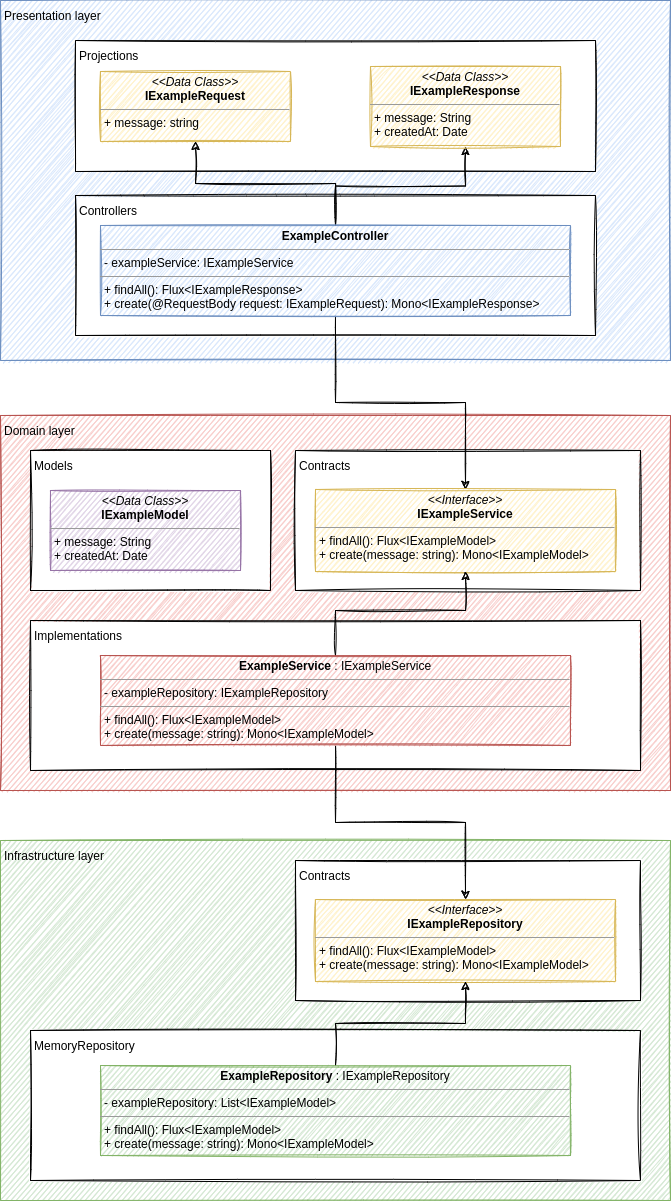
This is docs/diagram/project.png from atreib/kotlin-springboot-hexagonal, a draw.io export, as it was before one commit. Source tidied: cells renumbered, new cells last; positions are measured from the earlier drawing's top-left corner, leaving out a move shared by most shapes.
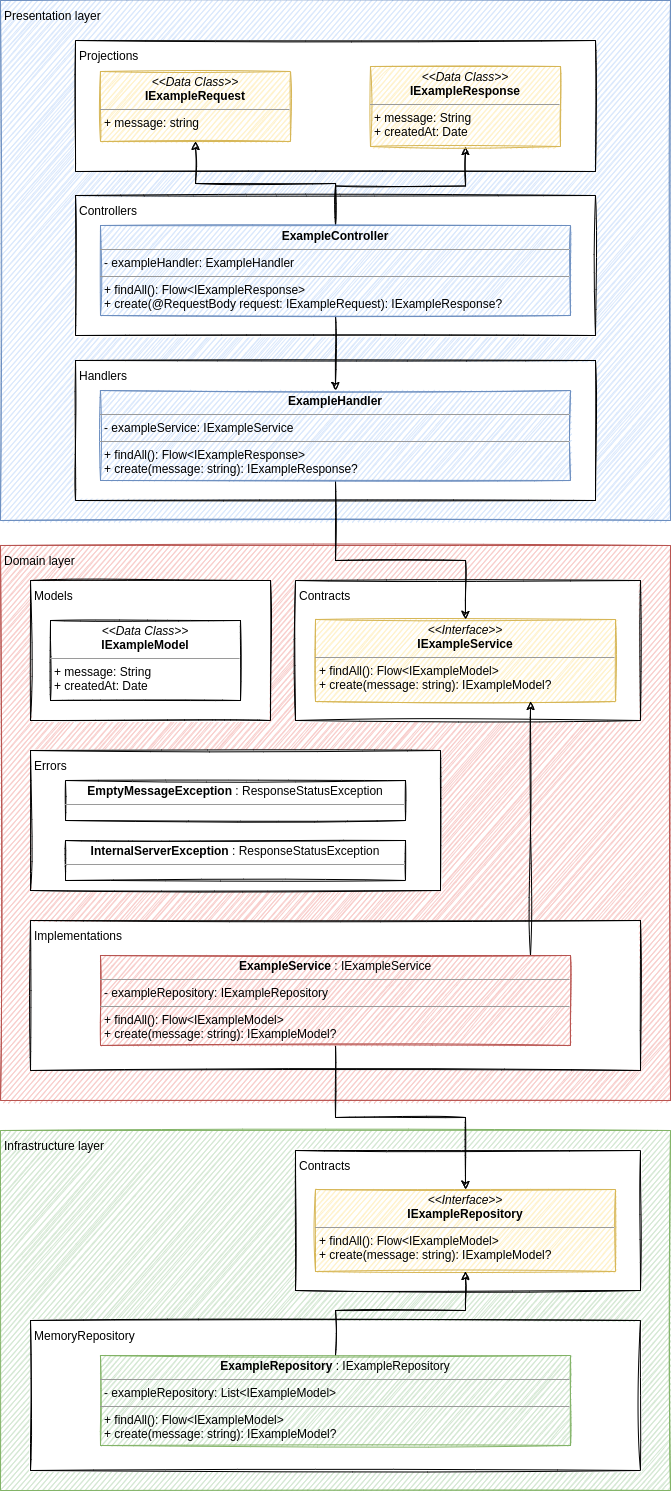
Above is the later version.

Diff of the diagram source:
```diff
@@ -2,29 +2,32 @@
   <root>
     <mxCell id="0" />
     <mxCell id="1" parent="0" />
+    <mxCell id="6" value="Presentation layer" style="rounded=0;whiteSpace=wrap;html=1;align=left;verticalAlign=top;sketch=1;spacingTop=2;spacingLeft=2;spacingBottom=2;spacingRight=2;fillColor=#dae8fc;strokeColor=#6c8ebf;" parent="1" vertex="1">
+      <mxGeometry y="-130" width="670" height="520" as="geometry" />
+    </mxCell>
+    <mxCell id="7" value="Controllers" style="rounded=0;whiteSpace=wrap;html=1;align=left;verticalAlign=top;sketch=1;spacingTop=2;spacingLeft=2;spacingBottom=2;spacingRight=2;" parent="1" vertex="1">
+      <mxGeometry x="75" y="65" width="520" height="140" as="geometry" />
+    </mxCell>
+    <mxCell id="27" value="Handlers" style="rounded=0;whiteSpace=wrap;html=1;align=left;verticalAlign=top;sketch=1;spacingTop=2;spacingLeft=2;spacingBottom=2;spacingRight=2;" parent="1" vertex="1">
+      <mxGeometry x="75" y="230" width="520" height="140" as="geometry" />
+    </mxCell>
     <mxCell id="2" value="Infrastructure layer" style="rounded=0;whiteSpace=wrap;html=1;align=left;verticalAlign=top;sketch=1;spacingTop=2;spacingLeft=2;spacingBottom=2;spacingRight=2;fillColor=#d5e8d4;strokeColor=#82b366;" parent="1" vertex="1">
-      <mxGeometry y="840" width="670" height="360" as="geometry" />
+      <mxGeometry y="1000" width="670" height="360" as="geometry" />
     </mxCell>
     <mxCell id="3" value="Contracts" style="rounded=0;whiteSpace=wrap;html=1;align=left;verticalAlign=top;sketch=1;spacingTop=2;spacingLeft=2;spacingBottom=2;spacingRight=2;" parent="1" vertex="1">
-      <mxGeometry x="295" y="860" width="345" height="140" as="geometry" />
+      <mxGeometry x="295" y="1020" width="345" height="140" as="geometry" />
     </mxCell>
     <mxCell id="4" value="Domain layer" style="rounded=0;whiteSpace=wrap;html=1;align=left;verticalAlign=top;sketch=1;spacingTop=2;spacingLeft=2;spacingBottom=2;spacingRight=2;fillColor=#f8cecc;strokeColor=#b85450;" parent="1" vertex="1">
-      <mxGeometry y="415" width="670" height="375" as="geometry" />
+      <mxGeometry y="415" width="670" height="555" as="geometry" />
     </mxCell>
     <mxCell id="5" value="Implementations" style="rounded=0;whiteSpace=wrap;html=1;align=left;verticalAlign=top;sketch=1;spacingTop=2;spacingLeft=2;spacingBottom=2;spacingRight=2;" parent="1" vertex="1">
-      <mxGeometry x="30" y="620" width="610" height="150" as="geometry" />
+      <mxGeometry x="30" y="790" width="610" height="150" as="geometry" />
     </mxCell>
-    <mxCell id="6" value="Presentation layer" style="rounded=0;whiteSpace=wrap;html=1;align=left;verticalAlign=top;sketch=1;spacingTop=2;spacingLeft=2;spacingBottom=2;spacingRight=2;fillColor=#dae8fc;strokeColor=#6c8ebf;" parent="1" vertex="1">
-      <mxGeometry width="670" height="360" as="geometry" />
-    </mxCell>
-    <mxCell id="7" value="Controllers" style="rounded=0;whiteSpace=wrap;html=1;align=left;verticalAlign=top;sketch=1;spacingTop=2;spacingLeft=2;spacingBottom=2;spacingRight=2;" parent="1" vertex="1">
-      <mxGeometry x="75" y="195" width="520" height="140" as="geometry" />
-    </mxCell>
     <mxCell id="8" value="Contracts" style="rounded=0;whiteSpace=wrap;html=1;align=left;verticalAlign=top;sketch=1;spacingTop=2;spacingLeft=2;spacingBottom=2;spacingRight=2;" parent="1" vertex="1">
       <mxGeometry x="295" y="450" width="345" height="140" as="geometry" />
     </mxCell>
     <mxCell id="9" value="Projections" style="rounded=0;whiteSpace=wrap;html=1;align=left;verticalAlign=top;sketch=1;spacingTop=2;spacingLeft=2;spacingBottom=2;spacingRight=2;" parent="1" vertex="1">
-      <mxGeometry x="75" y="40" width="520" height="131" as="geometry" />
+      <mxGeometry x="75" y="-90" width="520" height="131" as="geometry" />
     </mxCell>
     <mxCell id="10" style="edgeStyle=orthogonalEdgeStyle;rounded=0;sketch=1;orthogonalLoop=1;jettySize=auto;html=1;exitX=0.5;exitY=1;exitDx=0;exitDy=0;" parent="1" edge="1" source="6" target="6">
       <mxGeometry relative="1" as="geometry" />
@@ -35,52 +38,77 @@
     <mxCell id="12" style="edgeStyle=orthogonalEdgeStyle;rounded=0;sketch=1;jettySize=auto;html=1;" parent="1" edge="1" source="14" target="17">
       <mxGeometry relative="1" as="geometry" />
     </mxCell>
-    <mxCell id="13" style="edgeStyle=orthogonalEdgeStyle;rounded=0;sketch=1;jettySize=auto;html=1;" parent="1" edge="1" source="14" target="15">
-      <mxGeometry relative="1" as="geometry" />
-    </mxCell>
+    <mxCell id="28" style="edgeStyle=orthogonalEdgeStyle;rounded=0;sketch=1;jettySize=auto;html=1;" parent="1" edge="1" source="14" target="30">
+      <mxGeometry relative="1" as="geometry" />
+    </mxCell>
-    <mxCell id="14" value="&lt;p style=&quot;margin: 0px ; margin-top: 4px ; text-align: center&quot;&gt;&lt;b&gt;ExampleController&lt;/b&gt;&lt;/p&gt;&lt;hr size=&quot;1&quot;&gt;&lt;p style=&quot;margin: 0px ; margin-left: 4px&quot;&gt;- exampleService: IExampleService&lt;/p&gt;&lt;hr size=&quot;1&quot;&gt;&lt;p style=&quot;margin: 0px ; margin-left: 4px&quot;&gt;+ findAll(): Flux&amp;lt;IExampleResponse&amp;gt;&lt;/p&gt;&lt;p style=&quot;margin: 0px ; margin-left: 4px&quot;&gt;+ create(@RequestBody request: IExampleRequest): Mono&amp;lt;IExampleResponse&amp;gt;&lt;/p&gt;&lt;p style=&quot;margin: 0px ; margin-left: 4px&quot;&gt;&lt;br&gt;&lt;/p&gt;" style="verticalAlign=top;align=left;overflow=fill;fontSize=12;fontFamily=Helvetica;html=1;sketch=1;fillColor=#dae8fc;strokeColor=#6c8ebf;" parent="1" vertex="1">
-      <mxGeometry x="100" y="225" width="470" height="90" as="geometry" />
+    <mxCell id="14" value="&lt;p style=&quot;margin: 0px ; margin-top: 4px ; text-align: center&quot;&gt;&lt;b&gt;ExampleController&lt;/b&gt;&lt;/p&gt;&lt;hr size=&quot;1&quot;&gt;&lt;p style=&quot;margin: 0px ; margin-left: 4px&quot;&gt;- exampleHandler: ExampleHandler&lt;/p&gt;&lt;hr size=&quot;1&quot;&gt;&lt;p style=&quot;margin: 0px ; margin-left: 4px&quot;&gt;+ findAll(): Flow&amp;lt;IExampleResponse&amp;gt;&lt;/p&gt;&lt;p style=&quot;margin: 0px ; margin-left: 4px&quot;&gt;+ create(@RequestBody request: IExampleRequest): IExampleResponse?&lt;/p&gt;&lt;p style=&quot;margin: 0px ; margin-left: 4px&quot;&gt;&lt;br&gt;&lt;/p&gt;" style="verticalAlign=top;align=left;overflow=fill;fontSize=12;fontFamily=Helvetica;html=1;sketch=1;fillColor=#dae8fc;strokeColor=#6c8ebf;" parent="1" vertex="1">
+      <mxGeometry x="100" y="95" width="470" height="90" as="geometry" />
     </mxCell>
-    <mxCell id="15" value="&lt;p style=&quot;margin: 0px ; margin-top: 4px ; text-align: center&quot;&gt;&lt;i&gt;&amp;lt;&amp;lt;Interface&amp;gt;&amp;gt;&lt;/i&gt;&lt;br&gt;&lt;b&gt;IExampleService&lt;/b&gt;&lt;/p&gt;&lt;hr size=&quot;1&quot;&gt;&lt;p style=&quot;margin: 0px ; margin-left: 4px&quot;&gt;&lt;span&gt;+ findAll(): Flux&amp;lt;IExampleModel&amp;gt;&lt;/span&gt;&lt;br&gt;&lt;/p&gt;&lt;p style=&quot;margin: 0px 0px 0px 4px&quot;&gt;+ create(message: string): Mono&amp;lt;IExampleModel&amp;gt;&lt;/p&gt;" style="verticalAlign=top;align=left;overflow=fill;fontSize=12;fontFamily=Helvetica;html=1;sketch=1;fillColor=#fff2cc;strokeColor=#d6b656;" parent="1" vertex="1">
+    <mxCell id="15" value="&lt;p style=&quot;margin: 0px ; margin-top: 4px ; text-align: center&quot;&gt;&lt;i&gt;&amp;lt;&amp;lt;Interface&amp;gt;&amp;gt;&lt;/i&gt;&lt;br&gt;&lt;b&gt;IExampleService&lt;/b&gt;&lt;/p&gt;&lt;hr size=&quot;1&quot;&gt;&lt;p style=&quot;margin: 0px ; margin-left: 4px&quot;&gt;&lt;span&gt;+ findAll(): Flow&amp;lt;IExampleModel&amp;gt;&lt;/span&gt;&lt;br&gt;&lt;/p&gt;&lt;p style=&quot;margin: 0px 0px 0px 4px&quot;&gt;+ create(message: string): IExampleModel?&lt;/p&gt;" style="verticalAlign=top;align=left;overflow=fill;fontSize=12;fontFamily=Helvetica;html=1;sketch=1;fillColor=#fff2cc;strokeColor=#d6b656;" parent="1" vertex="1">
       <mxGeometry x="315" y="489" width="300" height="82" as="geometry" />
     </mxCell>
     <mxCell id="16" value="&lt;p style=&quot;margin: 0px ; margin-top: 4px ; text-align: center&quot;&gt;&lt;i&gt;&amp;lt;&amp;lt;Data Class&amp;gt;&amp;gt;&lt;/i&gt;&lt;br&gt;&lt;b&gt;IExampleRequest&lt;/b&gt;&lt;/p&gt;&lt;hr size=&quot;1&quot;&gt;&lt;p style=&quot;margin: 0px ; margin-left: 4px&quot;&gt;+ message: string&lt;br&gt;&lt;/p&gt;&lt;p style=&quot;margin: 0px ; margin-left: 4px&quot;&gt;&lt;br&gt;&lt;/p&gt;" style="verticalAlign=top;align=left;overflow=fill;fontSize=12;fontFamily=Helvetica;html=1;sketch=1;fillColor=#fff2cc;strokeColor=#d6b656;" parent="1" vertex="1">
-      <mxGeometry x="100" y="71" width="190" height="70" as="geometry" />
+      <mxGeometry x="100" y="-59" width="190" height="70" as="geometry" />
     </mxCell>
     <mxCell id="17" value="&lt;p style=&quot;margin: 0px ; margin-top: 4px ; text-align: center&quot;&gt;&lt;i&gt;&amp;lt;&amp;lt;Data Class&amp;gt;&amp;gt;&lt;/i&gt;&lt;br&gt;&lt;b&gt;IExampleResponse&lt;/b&gt;&lt;/p&gt;&lt;hr size=&quot;1&quot;&gt;&lt;p style=&quot;margin: 0px ; margin-left: 4px&quot;&gt;+ message: String&lt;br&gt;+ createdAt: Date&lt;/p&gt;" style="verticalAlign=top;align=left;overflow=fill;fontSize=12;fontFamily=Helvetica;html=1;sketch=1;fillColor=#fff2cc;strokeColor=#d6b656;" parent="1" vertex="1">
-      <mxGeometry x="370" y="66" width="190" height="80" as="geometry" />
+      <mxGeometry x="370" y="-64" width="190" height="80" as="geometry" />
     </mxCell>
     <mxCell id="18" style="edgeStyle=orthogonalEdgeStyle;rounded=0;sketch=1;jettySize=auto;html=1;" parent="1" edge="1" source="20" target="15">
       <mxGeometry relative="1" as="geometry">
         <Array as="points">
-          <mxPoint x="335" y="610" />
-          <mxPoint x="465" y="610" />
+          <mxPoint x="530" y="700" />
+          <mxPoint x="530" y="700" />
         </Array>
       </mxGeometry>
     </mxCell>
     <mxCell id="19" style="edgeStyle=orthogonalEdgeStyle;rounded=0;sketch=1;jettySize=auto;html=1;" parent="1" edge="1" source="20" target="23">
       <mxGeometry relative="1" as="geometry" />
     </mxCell>
-    <mxCell id="20" value="&lt;p style=&quot;margin: 0px ; margin-top: 4px ; text-align: center&quot;&gt;&lt;b&gt;ExampleService&lt;/b&gt; : IExampleService&lt;/p&gt;&lt;hr size=&quot;1&quot;&gt;&lt;p style=&quot;margin: 0px ; margin-left: 4px&quot;&gt;- exampleRepository: IExampleRepository&lt;/p&gt;&lt;hr size=&quot;1&quot;&gt;&lt;p style=&quot;margin: 0px ; margin-left: 4px&quot;&gt;+ findAll(): Flux&amp;lt;IExampleModel&amp;gt;&lt;/p&gt;&lt;p style=&quot;margin: 0px ; margin-left: 4px&quot;&gt;+ create(message: string): Mono&amp;lt;IExampleModel&amp;gt;&lt;/p&gt;&lt;p style=&quot;margin: 0px ; margin-left: 4px&quot;&gt;&lt;br&gt;&lt;/p&gt;" style="verticalAlign=top;align=left;overflow=fill;fontSize=12;fontFamily=Helvetica;html=1;sketch=1;fillColor=#f8cecc;strokeColor=#b85450;" parent="1" vertex="1">
-      <mxGeometry x="100" y="655" width="470" height="90" as="geometry" />
+    <mxCell id="20" value="&lt;p style=&quot;margin: 0px ; margin-top: 4px ; text-align: center&quot;&gt;&lt;b&gt;ExampleService&lt;/b&gt; : IExampleService&lt;/p&gt;&lt;hr size=&quot;1&quot;&gt;&lt;p style=&quot;margin: 0px ; margin-left: 4px&quot;&gt;- exampleRepository: IExampleRepository&lt;/p&gt;&lt;hr size=&quot;1&quot;&gt;&lt;p style=&quot;margin: 0px ; margin-left: 4px&quot;&gt;+ findAll(): Flow&amp;lt;IExampleModel&amp;gt;&lt;/p&gt;&lt;p style=&quot;margin: 0px ; margin-left: 4px&quot;&gt;+ create(message: string): IExampleModel?&lt;/p&gt;&lt;p style=&quot;margin: 0px ; margin-left: 4px&quot;&gt;&lt;br&gt;&lt;/p&gt;" style="verticalAlign=top;align=left;overflow=fill;fontSize=12;fontFamily=Helvetica;html=1;sketch=1;fillColor=#f8cecc;strokeColor=#b85450;" parent="1" vertex="1">
+      <mxGeometry x="100" y="825" width="470" height="90" as="geometry" />
     </mxCell>
     <mxCell id="21" value="Models" style="rounded=0;whiteSpace=wrap;html=1;align=left;verticalAlign=top;sketch=1;spacingTop=2;spacingLeft=2;spacingBottom=2;spacingRight=2;" parent="1" vertex="1">
       <mxGeometry x="30" y="450" width="240" height="140" as="geometry" />
     </mxCell>
-    <mxCell id="22" value="&lt;p style=&quot;margin: 0px ; margin-top: 4px ; text-align: center&quot;&gt;&lt;i&gt;&amp;lt;&amp;lt;Data Class&amp;gt;&amp;gt;&lt;/i&gt;&lt;br&gt;&lt;b&gt;IExampleModel&lt;/b&gt;&lt;/p&gt;&lt;hr size=&quot;1&quot;&gt;&lt;p style=&quot;margin: 0px ; margin-left: 4px&quot;&gt;+ message: String&lt;br&gt;+ createdAt: Date&lt;br&gt;&lt;/p&gt;" style="verticalAlign=top;align=left;overflow=fill;fontSize=12;fontFamily=Helvetica;html=1;sketch=1;fillColor=#e1d5e7;strokeColor=#9673a6;" parent="1" vertex="1">
+    <mxCell id="22" value="&lt;p style=&quot;margin: 0px ; margin-top: 4px ; text-align: center&quot;&gt;&lt;i&gt;&amp;lt;&amp;lt;Data Class&amp;gt;&amp;gt;&lt;/i&gt;&lt;br&gt;&lt;b&gt;IExampleModel&lt;/b&gt;&lt;/p&gt;&lt;hr size=&quot;1&quot;&gt;&lt;p style=&quot;margin: 0px ; margin-left: 4px&quot;&gt;+ message: String&lt;br&gt;+ createdAt: Date&lt;br&gt;&lt;/p&gt;" style="verticalAlign=top;align=left;overflow=fill;fontSize=12;fontFamily=Helvetica;html=1;sketch=1;" parent="1" vertex="1">
       <mxGeometry x="50" y="490" width="190" height="80" as="geometry" />
     </mxCell>
-    <mxCell id="23" value="&lt;p style=&quot;margin: 0px ; margin-top: 4px ; text-align: center&quot;&gt;&lt;i&gt;&amp;lt;&amp;lt;Interface&amp;gt;&amp;gt;&lt;/i&gt;&lt;br&gt;&lt;b&gt;IExampleRepository&lt;/b&gt;&lt;/p&gt;&lt;hr size=&quot;1&quot;&gt;&lt;p style=&quot;margin: 0px ; margin-left: 4px&quot;&gt;&lt;span&gt;+ findAll(): Flux&amp;lt;IExampleModel&amp;gt;&lt;/span&gt;&lt;br&gt;&lt;/p&gt;&lt;p style=&quot;margin: 0px 0px 0px 4px&quot;&gt;+ create(message: string): Mono&amp;lt;IExampleModel&amp;gt;&lt;/p&gt;" style="verticalAlign=top;align=left;overflow=fill;fontSize=12;fontFamily=Helvetica;html=1;sketch=1;fillColor=#fff2cc;strokeColor=#d6b656;" parent="1" vertex="1">
-      <mxGeometry x="315" y="899" width="300" height="82" as="geometry" />
+    <mxCell id="23" value="&lt;p style=&quot;margin: 0px ; margin-top: 4px ; text-align: center&quot;&gt;&lt;i&gt;&amp;lt;&amp;lt;Interface&amp;gt;&amp;gt;&lt;/i&gt;&lt;br&gt;&lt;b&gt;IExampleRepository&lt;/b&gt;&lt;/p&gt;&lt;hr size=&quot;1&quot;&gt;&lt;p style=&quot;margin: 0px ; margin-left: 4px&quot;&gt;&lt;span&gt;+ findAll(): Flow&amp;lt;IExampleModel&amp;gt;&lt;/span&gt;&lt;br&gt;&lt;/p&gt;&lt;p style=&quot;margin: 0px 0px 0px 4px&quot;&gt;+ create(message: string): IExampleModel?&lt;/p&gt;" style="verticalAlign=top;align=left;overflow=fill;fontSize=12;fontFamily=Helvetica;html=1;sketch=1;fillColor=#fff2cc;strokeColor=#d6b656;" parent="1" vertex="1">
+      <mxGeometry x="315" y="1059" width="300" height="82" as="geometry" />
     </mxCell>
     <mxCell id="24" value="MemoryRepository" style="rounded=0;whiteSpace=wrap;html=1;align=left;verticalAlign=top;sketch=1;spacingTop=2;spacingLeft=2;spacingBottom=2;spacingRight=2;" parent="1" vertex="1">
-      <mxGeometry x="30" y="1030" width="610" height="150" as="geometry" />
+      <mxGeometry x="30" y="1190" width="610" height="150" as="geometry" />
     </mxCell>
     <mxCell id="25" style="edgeStyle=orthogonalEdgeStyle;rounded=0;sketch=1;jettySize=auto;html=1;" parent="1" edge="1" source="26" target="23">
-      <mxGeometry relative="1" as="geometry" />
+      <mxGeometry relative="1" as="geometry">
+        <Array as="points">
+          <mxPoint x="335" y="1180" />
+          <mxPoint x="465" y="1180" />
+        </Array>
+      </mxGeometry>
     </mxCell>
-    <mxCell id="26" value="&lt;p style=&quot;margin: 0px ; margin-top: 4px ; text-align: center&quot;&gt;&lt;b&gt;ExampleRepository&amp;nbsp;&lt;/b&gt;:&amp;nbsp;&lt;span&gt;IExampleRepository&lt;/span&gt;&lt;/p&gt;&lt;hr size=&quot;1&quot;&gt;&lt;p style=&quot;margin: 0px ; margin-left: 4px&quot;&gt;- exampleRepository: List&amp;lt;IExampleModel&amp;gt;&lt;/p&gt;&lt;hr size=&quot;1&quot;&gt;&lt;p style=&quot;margin: 0px ; margin-left: 4px&quot;&gt;+ findAll(): Flux&amp;lt;IExampleModel&amp;gt;&lt;/p&gt;&lt;p style=&quot;margin: 0px ; margin-left: 4px&quot;&gt;+ create(message: string): Mono&amp;lt;IExampleModel&amp;gt;&lt;/p&gt;&lt;p style=&quot;margin: 0px ; margin-left: 4px&quot;&gt;&lt;br&gt;&lt;/p&gt;" style="verticalAlign=top;align=left;overflow=fill;fontSize=12;fontFamily=Helvetica;html=1;sketch=1;fillColor=#d5e8d4;strokeColor=#82b366;" parent="1" vertex="1">
-      <mxGeometry x="100" y="1065" width="470" height="90" as="geometry" />
+    <mxCell id="26" value="&lt;p style=&quot;margin: 0px ; margin-top: 4px ; text-align: center&quot;&gt;&lt;b&gt;ExampleRepository&amp;nbsp;&lt;/b&gt;:&amp;nbsp;&lt;span&gt;IExampleRepository&lt;/span&gt;&lt;/p&gt;&lt;hr size=&quot;1&quot;&gt;&lt;p style=&quot;margin: 0px ; margin-left: 4px&quot;&gt;- exampleRepository: List&amp;lt;IExampleModel&amp;gt;&lt;/p&gt;&lt;hr size=&quot;1&quot;&gt;&lt;p style=&quot;margin: 0px ; margin-left: 4px&quot;&gt;+ findAll(): Flow&amp;lt;IExampleModel&amp;gt;&lt;/p&gt;&lt;p style=&quot;margin: 0px ; margin-left: 4px&quot;&gt;+ create(message: string): IExampleModel?&lt;/p&gt;&lt;p style=&quot;margin: 0px ; margin-left: 4px&quot;&gt;&lt;br&gt;&lt;/p&gt;" style="verticalAlign=top;align=left;overflow=fill;fontSize=12;fontFamily=Helvetica;html=1;sketch=1;fillColor=#d5e8d4;strokeColor=#82b366;" parent="1" vertex="1">
+      <mxGeometry x="100" y="1225" width="470" height="90" as="geometry" />
     </mxCell>
+    <mxCell id="29" style="edgeStyle=orthogonalEdgeStyle;rounded=0;jettySize=auto;html=1;sketch=1;" parent="1" edge="1" source="30" target="15">
+      <mxGeometry relative="1" as="geometry">
+        <Array as="points">
+          <mxPoint x="335" y="430" />
+          <mxPoint x="465" y="430" />
+        </Array>
+      </mxGeometry>
+    </mxCell>
+    <mxCell id="30" value="&lt;p style=&quot;margin: 0px ; margin-top: 4px ; text-align: center&quot;&gt;&lt;span style=&quot;text-align: left&quot;&gt;&lt;b&gt;ExampleHandler&lt;/b&gt;&lt;/span&gt;&lt;br&gt;&lt;/p&gt;&lt;hr size=&quot;1&quot;&gt;&lt;p style=&quot;margin: 0px ; margin-left: 4px&quot;&gt;- exampleService: IExampleService&lt;/p&gt;&lt;hr size=&quot;1&quot;&gt;&lt;p style=&quot;margin: 0px ; margin-left: 4px&quot;&gt;+ findAll(): Flow&amp;lt;IExampleResponse&amp;gt;&lt;/p&gt;&lt;p style=&quot;margin: 0px ; margin-left: 4px&quot;&gt;+ create(message: string): IExampleResponse?&lt;/p&gt;&lt;p style=&quot;margin: 0px ; margin-left: 4px&quot;&gt;&lt;br&gt;&lt;/p&gt;" style="verticalAlign=top;align=left;overflow=fill;fontSize=12;fontFamily=Helvetica;html=1;sketch=1;fillColor=#dae8fc;strokeColor=#6c8ebf;" parent="1" vertex="1">
+      <mxGeometry x="100" y="260" width="470" height="90" as="geometry" />
+    </mxCell>
+    <mxCell id="31" value="Errors" style="rounded=0;whiteSpace=wrap;html=1;align=left;verticalAlign=top;sketch=1;spacingTop=2;spacingLeft=2;spacingBottom=2;spacingRight=2;" parent="1" vertex="1">
+      <mxGeometry x="30" y="620" width="410" height="140" as="geometry" />
+    </mxCell>
+    <mxCell id="32" value="&lt;p style=&quot;margin: 0px ; margin-top: 4px ; text-align: center&quot;&gt;&lt;b&gt;EmptyMessageException&lt;/b&gt; :&amp;nbsp;&lt;span&gt;ResponseStatusException&lt;/span&gt;&lt;/p&gt;&lt;hr size=&quot;1&quot;&gt;&lt;p style=&quot;margin: 0px ; margin-left: 4px&quot;&gt;&lt;br&gt;&lt;/p&gt;" style="verticalAlign=top;align=left;overflow=fill;fontSize=12;fontFamily=Helvetica;html=1;sketch=1;" parent="1" vertex="1">
+      <mxGeometry x="65" y="650" width="340" height="40" as="geometry" />
+    </mxCell>
+    <mxCell id="33" value="&lt;p style=&quot;margin: 0px ; margin-top: 4px ; text-align: center&quot;&gt;&lt;b&gt;InternalServerException&lt;/b&gt;&amp;nbsp;:&amp;nbsp;&lt;span&gt;ResponseStatusException&lt;/span&gt;&lt;/p&gt;&lt;hr size=&quot;1&quot;&gt;&lt;p style=&quot;margin: 0px ; margin-left: 4px&quot;&gt;&lt;br&gt;&lt;/p&gt;" style="verticalAlign=top;align=left;overflow=fill;fontSize=12;fontFamily=Helvetica;html=1;sketch=1;" parent="1" vertex="1">
+      <mxGeometry x="65" y="710" width="340" height="40" as="geometry" />
+    </mxCell>
   </root>
 </mxGraphModel>
```
